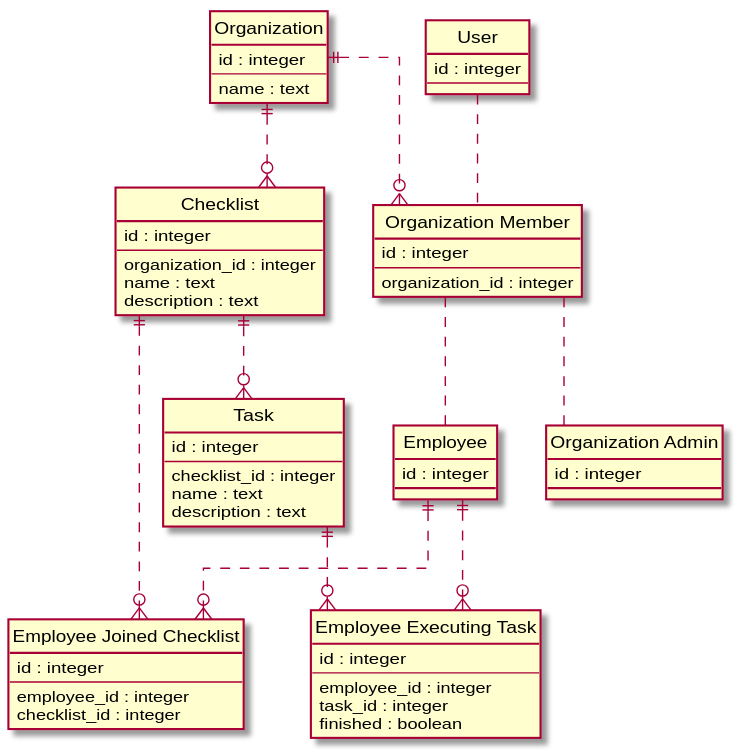
The PlantUML diagram images/schema.svg in IU-F20-MAD-Group3/onboarding-backend, before a commit. The source it was exported from:
```plantuml
@startuml

hide circle

skinparam linetype ortho

entity "Organization" as org {
  id : integer
  --
  name : text
}

entity "Checklist" as che {
  id : integer
  --
  organization_id : integer
  name : text
  description : text
}

entity "Task" as tas {
  id : integer
  --
  checklist_id : integer
  name : text
  description : text
}

entity "User" as use {
  id : integer
  --
}

entity "Organization Member" as mem {
  id : integer
  --
  organization_id : integer
}

entity "Organization Admin" as adm {
  id : integer
}

entity "Employee" as emp {
  id : integer
}

entity "Employee Joined Checklist" as e_c {
  id : integer
  --
  employee_id : integer
  checklist_id : integer
}

entity "Employee Executing Task" as e_t {
  id : integer
  --
  employee_id : integer
  task_id : integer
  finished : boolean
}

org ||..o{ che
che ||..o{ tas

use .. mem
mem .. adm
mem .. emp

org ||..o{ mem
emp ||..o{ e_c
che ||..o{ e_c
emp ||..o{ e_t
tas ||..o{ e_t

@enduml
```
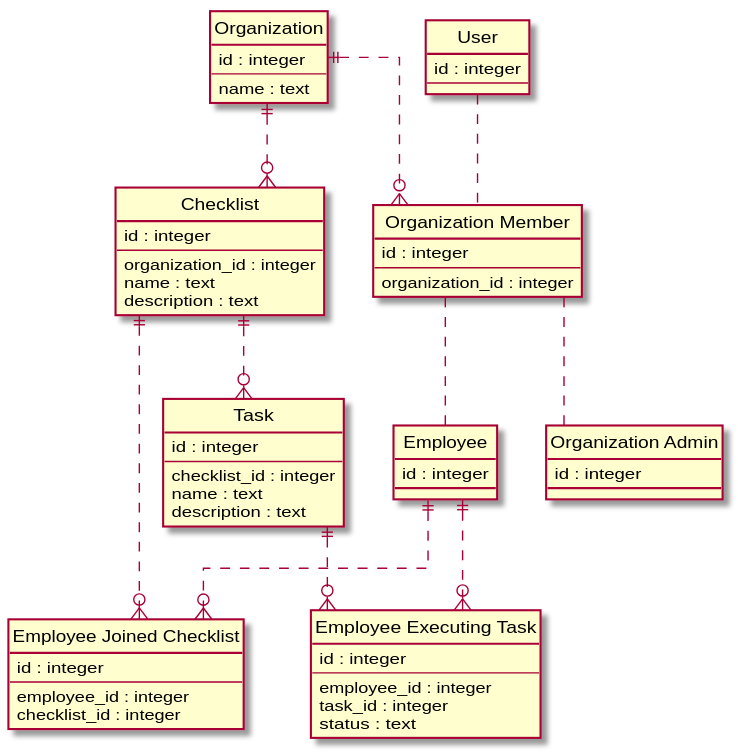
After the change.

Commit message:
Change task status type

Diff of the diagram source:
```diff
@@ -57,7 +57,7 @@
   --
   employee_id : integer
   task_id : integer
-  finished : boolean
+  status : text
 }
 
 org ||..o{ che
```
